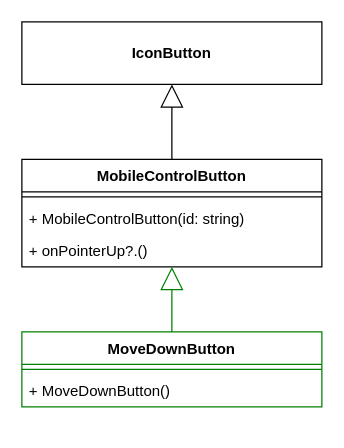
elma1989/sharkie keeps this draw.io diagram as docs/issue/99-diagram.drawio. Above is the earlier version. Source tidied: cells renumbered, new cells numbered last; positions are measured from the earlier drawing's top-left corner, leaving out a move shared by most shapes. Both pictures are drawn from the tidied source at 125%, with x=0, y=0 at pixel (21, 21).
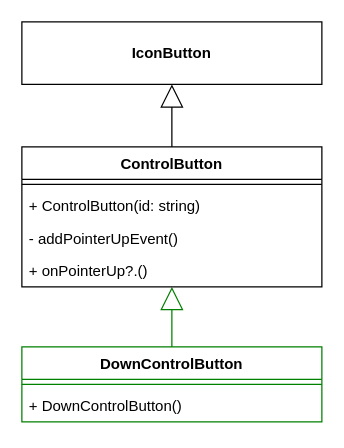
After the change.

Diff of the diagram source:
```diff
@@
 <mxGraphModel>
   <root>
     <mxCell id="0" />
     <mxCell id="1" parent="0" />
     <mxCell id="2" value="IconButton" style="html=1;whiteSpace=wrap;fontStyle=1;" parent="1" vertex="1">
       <mxGeometry width="240" height="50" as="geometry" />
     </mxCell>
-    <mxCell id="3" value="MobileControlButton" style="swimlane;fontStyle=1;align=center;verticalAlign=top;horizontal=1;startSize=26;whiteSpace=wrap;html=1;" parent="1" vertex="1">
-      <mxGeometry y="110" width="240" height="86" as="geometry" />
-    </mxCell>
-    <mxCell id="4" style="line;strokeWidth=1;fillColor=none;align=left;verticalAlign=middle;spacingTop=-1;spacingLeft=3;spacingRight=3;labelPosition=right;strokeColor=inherit;" parent="3" vertex="1">
-      <mxGeometry y="26" width="240" height="8" as="geometry" />
-    </mxCell>
-    <mxCell id="5" value="+ MobileControlButton(id: string)" style="text;strokeColor=none;fillColor=none;align=left;verticalAlign=top;spacingLeft=4;spacingRight=4;overflow=hidden;whiteSpace=wrap;html=1;" parent="3" vertex="1">
-      <mxGeometry y="34" width="240" height="26" as="geometry" />
-    </mxCell>
-    <mxCell id="6" value="+ onPointerUp?.()" style="text;strokeColor=none;fillColor=none;align=left;verticalAlign=top;spacingLeft=4;spacingRight=4;overflow=hidden;whiteSpace=wrap;html=1;" parent="3" vertex="1">
-      <mxGeometry y="60" width="240" height="26" as="geometry" />
-    </mxCell>
-    <mxCell id="7" style="endArrow=block;endSize=16;endFill=0;html=1;rounded=0;strokeColor=default;" parent="1" edge="1" source="3" target="2">
+    <mxCell id="7" style="endArrow=block;endSize=16;endFill=0;html=1;rounded=0;strokeColor=default;" parent="1" edge="1" source="13" target="2">
       <mxGeometry relative="1" as="geometry" />
     </mxCell>
-    <mxCell id="8" value="MoveDownButton" style="swimlane;fontStyle=1;align=center;verticalAlign=top;horizontal=1;startSize=26;whiteSpace=wrap;html=1;strokeColor=light-dark(#008000,#80FF80);" parent="1" vertex="1">
-      <mxGeometry y="248" width="240" height="60" as="geometry" />
+    <mxCell id="8" value="DownControlButton" style="swimlane;fontStyle=1;align=center;verticalAlign=top;horizontal=1;startSize=26;whiteSpace=wrap;html=1;strokeColor=light-dark(#008000,#80FF80);" parent="1" vertex="1">
+      <mxGeometry y="260" width="240" height="60" as="geometry" />
     </mxCell>
     <mxCell id="9" style="line;strokeWidth=1;fillColor=none;align=left;verticalAlign=middle;spacingTop=-1;spacingLeft=3;spacingRight=3;labelPosition=right;strokeColor=inherit;" parent="8" vertex="1">
       <mxGeometry y="26" width="240" height="8" as="geometry" />
     </mxCell>
-    <mxCell id="10" value="+ MoveDownButton()" style="text;strokeColor=none;fillColor=none;align=left;verticalAlign=top;spacingLeft=4;spacingRight=4;overflow=hidden;whiteSpace=wrap;html=1;" parent="8" vertex="1">
+    <mxCell id="10" value="+ DownControlButton()" style="text;strokeColor=none;fillColor=none;align=left;verticalAlign=top;spacingLeft=4;spacingRight=4;overflow=hidden;whiteSpace=wrap;html=1;" parent="8" vertex="1">
       <mxGeometry y="34" width="240" height="26" as="geometry" />
     </mxCell>
-    <mxCell id="11" style="endArrow=block;endSize=16;endFill=0;html=1;rounded=0;strokeColor=light-dark(#008000,#80FF80);" parent="1" edge="1" source="8" target="3">
+    <mxCell id="11" style="endArrow=block;endSize=16;endFill=0;html=1;rounded=0;strokeColor=light-dark(#008000,#80FF80);" parent="1" edge="1" source="8" target="13">
       <mxGeometry relative="1" as="geometry" />
     </mxCell>
+    <mxCell id="12" style="endArrow=block;endSize=16;endFill=0;html=1;rounded=0;strokeColor=default;" parent="1" edge="1" target="13">
+      <mxGeometry relative="1" as="geometry">
+        <mxPoint x="120" y="110" as="sourcePoint" />
+      </mxGeometry>
+    </mxCell>
+    <mxCell id="13" value="ControlButton" style="swimlane;fontStyle=1;align=center;verticalAlign=top;horizontal=1;startSize=26;whiteSpace=wrap;html=1;" parent="1" vertex="1">
+      <mxGeometry y="100" width="240" height="112" as="geometry" />
+    </mxCell>
+    <mxCell id="4" style="line;strokeWidth=1;fillColor=none;align=left;verticalAlign=middle;spacingTop=-1;spacingLeft=3;spacingRight=3;labelPosition=right;strokeColor=inherit;" parent="13" vertex="1">
+      <mxGeometry y="26" width="240" height="8" as="geometry" />
+    </mxCell>
+    <mxCell id="14" value="+ ControlButton(id: string)" style="text;strokeColor=none;fillColor=none;align=left;verticalAlign=top;spacingLeft=4;spacingRight=4;overflow=hidden;whiteSpace=wrap;html=1;" parent="13" vertex="1">
+      <mxGeometry y="34" width="240" height="26" as="geometry" />
+    </mxCell>
+    <mxCell id="15" value="- addPointerUpEvent()" style="text;strokeColor=none;fillColor=none;align=left;verticalAlign=top;spacingLeft=4;spacingRight=4;overflow=hidden;whiteSpace=wrap;html=1;" parent="13" vertex="1">
+      <mxGeometry y="60" width="240" height="26" as="geometry" />
+    </mxCell>
+    <mxCell id="6" value="+ onPointerUp?.()" style="text;strokeColor=none;fillColor=none;align=left;verticalAlign=top;spacingLeft=4;spacingRight=4;overflow=hidden;whiteSpace=wrap;html=1;" parent="13" vertex="1">
+      <mxGeometry y="86" width="240" height="26" as="geometry" />
+    </mxCell>
   </root>
 </mxGraphModel>
```
